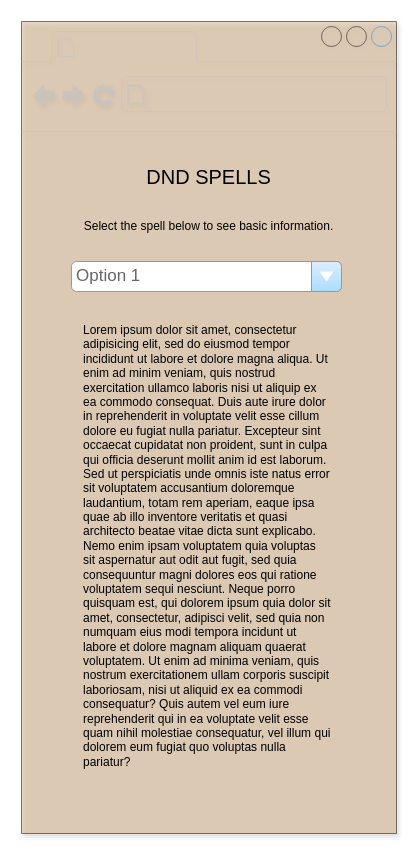
Before: wireframe.drawio in 2Clubs/DND-Spells, a draw.io diagram. Source tidied: cells renumbered, new cells numbered last; positions are measured from the earlier drawing's top-left corner, leaving out a move shared by most shapes. Both pictures are drawn from the tidied source at 100%, with x=0, y=0 at pixel (21, 21).
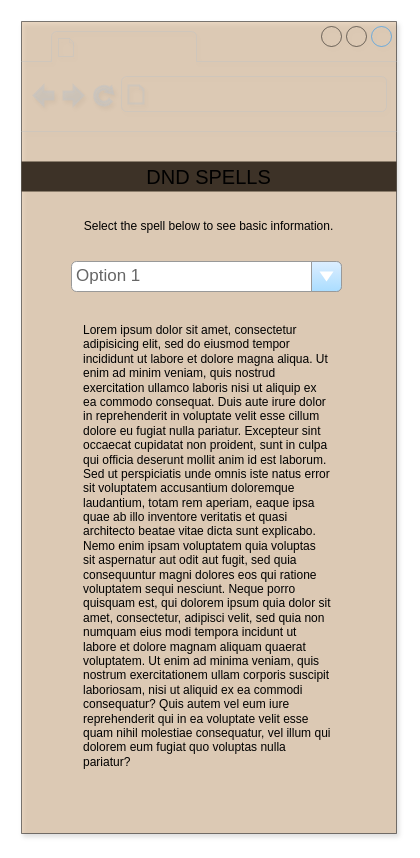
Above is the later version.

Diff of the diagram source:
```diff
@@
 <mxGraphModel>
   <root>
     <mxCell id="0" />
     <mxCell id="1" parent="0" />
     <mxCell id="2" style="strokeWidth=1;shadow=1;dashed=0;align=center;html=1;shape=mxgraph.mockup.containers.browserWindow;rSize=0;strokeColor=default;strokeColor2=#008cff;strokeColor3=#c4c4c4;mainText=,;fillColor=#D9B389;fontColor=#ffffff;fillStyle=auto;gradientColor=default;perimeterSpacing=0;opacity=50;" parent="1" vertex="1">
       <mxGeometry width="375" height="812" as="geometry" />
     </mxCell>
-    <mxCell id="3" value="DND SPELLS" style="text;html=1;strokeColor=none;fillColor=none;align=center;verticalAlign=middle;whiteSpace=wrap;rounded=0;fontSize=20;fontColor=#000000;" parent="1" vertex="1">
+    <mxCell id="3" value="DND SPELLS" style="text;html=1;strokeColor=none;fillColor=#3D3227;align=center;verticalAlign=middle;whiteSpace=wrap;rounded=0;fontSize=20;fontColor=#000000;" parent="1" vertex="1">
       <mxGeometry y="140" width="375" height="30" as="geometry" />
     </mxCell>
     <mxCell id="4" value="Select the spell below to see basic information." style="text;html=1;strokeColor=none;fillColor=none;align=center;verticalAlign=middle;whiteSpace=wrap;rounded=0;fontSize=12;fontColor=#000000;" parent="1" vertex="1">
       <mxGeometry y="170" width="375" height="70" as="geometry" />
     </mxCell>
     <mxCell id="5" value="Option 1" style="strokeWidth=1;shadow=0;dashed=0;align=center;html=1;shape=mxgraph.mockup.forms.comboBox;strokeColor=#999999;fillColor=#ddeeff;align=left;fillColor2=#aaddff;mainText=;fontColor=#666666;fontSize=17;spacingLeft=3;" parent="1" vertex="1">
       <mxGeometry x="50" y="240" width="270" height="30" as="geometry" />
     </mxCell>
     <mxCell id="6" value="Lorem ipsum dolor sit amet, consectetur adipisicing elit, sed do eiusmod tempor incididunt ut labore et dolore magna aliqua. Ut enim ad minim veniam, quis nostrud exercitation ullamco laboris nisi ut aliquip ex ea commodo consequat. Duis aute irure dolor in reprehenderit in voluptate velit esse cillum dolore eu fugiat nulla pariatur. Excepteur sint occaecat cupidatat non proident, sunt in culpa qui officia deserunt mollit anim id est laborum.&#10;Sed ut perspiciatis unde omnis iste natus error sit voluptatem accusantium doloremque laudantium, totam rem aperiam, eaque ipsa quae ab illo inventore veritatis et quasi architecto beatae vitae dicta sunt explicabo. Nemo enim ipsam voluptatem quia voluptas sit aspernatur aut odit aut fugit, sed quia consequuntur magni dolores eos qui ratione voluptatem sequi nesciunt. Neque porro quisquam est, qui dolorem ipsum quia dolor sit amet, consectetur, adipisci velit, sed quia non numquam eius modi tempora incidunt ut labore et dolore magnam aliquam quaerat voluptatem. Ut enim ad minima veniam, quis nostrum exercitationem ullam corporis suscipit laboriosam, nisi ut aliquid ex ea commodi consequatur? Quis autem vel eum iure reprehenderit qui in ea voluptate velit esse quam nihil molestiae consequatur, vel illum qui dolorem eum fugiat quo voluptas nulla pariatur?" style="text;spacingTop=-5;whiteSpace=wrap;html=1;align=left;fontSize=12;fontFamily=Helvetica;fillColor=none;strokeColor=none;labelBackgroundColor=none;fontColor=#000000;" parent="1" vertex="1">
       <mxGeometry x="60" y="300" width="250" height="470" as="geometry" />
     </mxCell>
   </root>
 </mxGraphModel>
```
